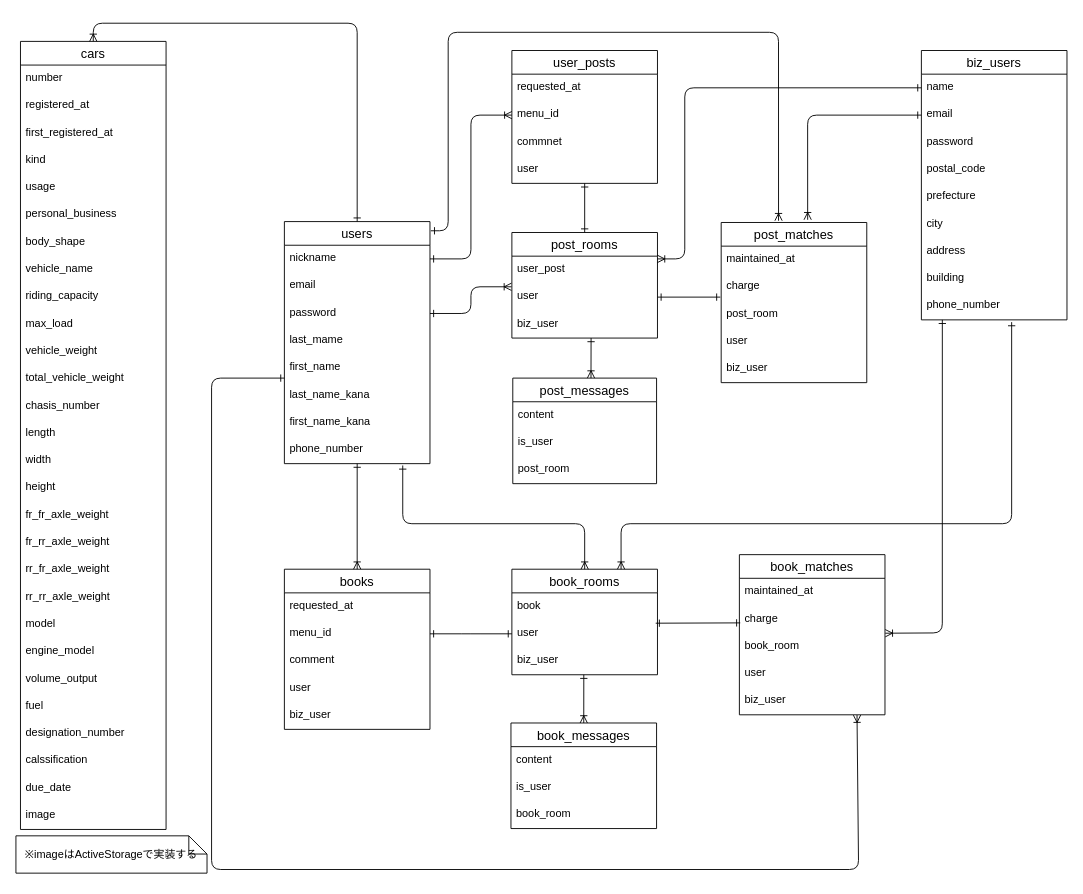
Before: er.dio in Matsuo556/mente-match, a draw.io diagram. Source tidied: cells renumbered, new cells numbered last; positions are measured from the earlier drawing's top-left corner, leaving out a move shared by most shapes. Both pictures are drawn from the tidied source at 91%, with x=0, y=0 at pixel (15, 23).
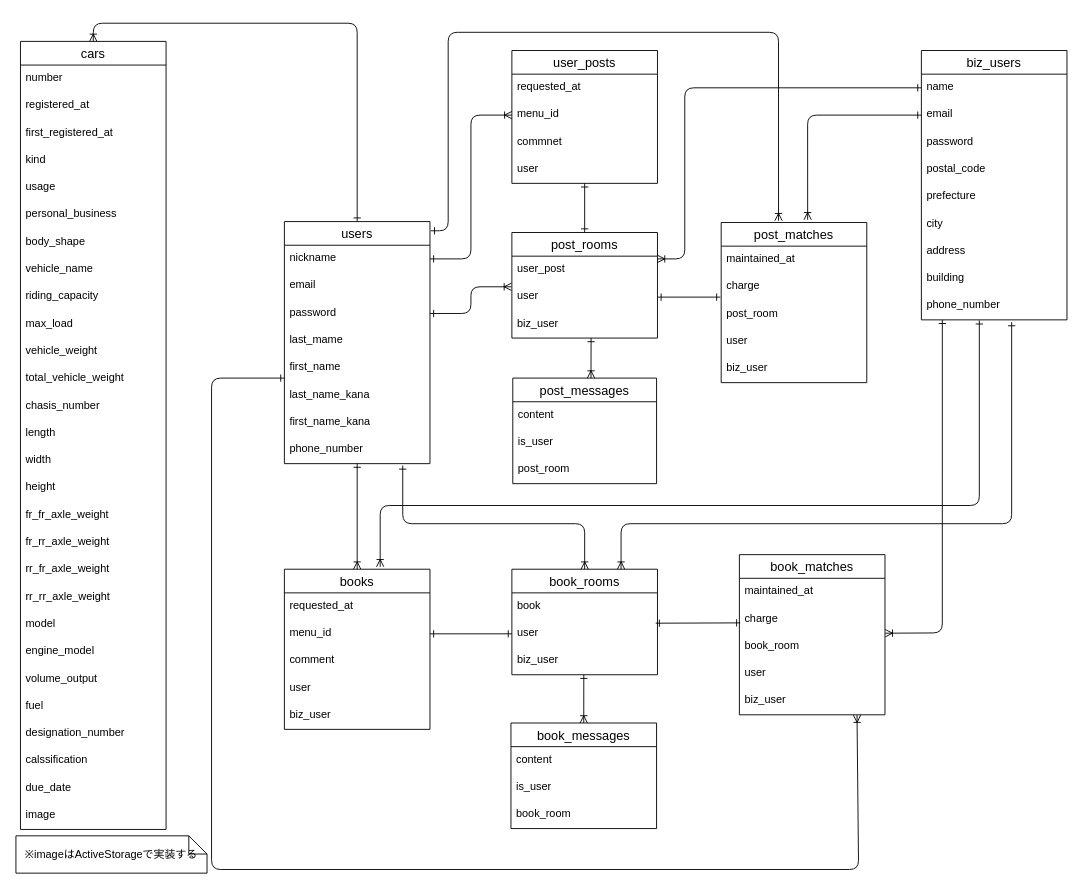
Above is the later version.

Unchanged cells that the change refers to:
```xml
<mxCell id="21" value="phone_number" style="text;strokeColor=none;fillColor=none;spacingLeft=4;spacingRight=4;overflow=hidden;points=[[0,0.5],[1,0.5]];portConstraint=eastwest;fontSize=12;" parent="12" vertex="1">
  <mxGeometry y="266" width="160" height="30" as="geometry" />
</mxCell>
<mxCell id="26" value="books" style="swimlane;fontStyle=0;horizontal=1;startSize=26;align=center;fontSize=14;" parent="1" vertex="1">
  <mxGeometry x="295" y="600" width="160" height="176" as="geometry" />
</mxCell>
```

Change to the diagram source:
```diff
@@
+    <mxCell id="107" style="edgeStyle=elbowEdgeStyle;html=1;startArrow=ERone;startFill=0;endArrow=ERoneToMany;endFill=0;elbow=vertical;entryX=0.658;entryY=-0.015;entryDx=0;entryDy=0;exitX=0.398;exitY=1.018;exitDx=0;exitDy=0;exitPerimeter=0;entryPerimeter=0;" parent="1" edge="1" source="21" target="26">
+      <mxGeometry relative="1" as="geometry">
+        <Array as="points">
+          <mxPoint x="715" y="530" />
+          <mxPoint x="1005" y="470" />
+          <mxPoint x="825" y="550" />
+          <mxPoint x="695" y="590" />
+          <mxPoint x="915" y="590" />
+          <mxPoint x="1005" y="430" />
+          <mxPoint x="915" y="560" />
+          <mxPoint x="915" y="530" />
+        </Array>
+      </mxGeometry>
+    </mxCell>
```
